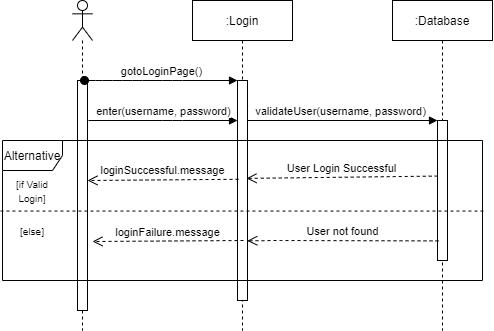
Before: Diagrams/Sequence Diagrams/SEQ_01_Login.png, a diagram exported from draw.io (kkasharaj17/SE-project). Source tidied: cells renumbered, new cells last; positions are measured from the earlier drawing's top-left corner, leaving out a move shared by most shapes. Source of this version:
```xml
<mxGraphModel>
  <root>
    <mxCell id="0" />
    <mxCell id="1" parent="0" />
    <mxCell id="2" value="validateUser(username, password)" style="html=1;verticalAlign=bottom;endArrow=block;entryX=0;entryY=0;" parent="1" edge="1" target="10">
      <mxGeometry relative="1" as="geometry">
        <mxPoint x="240" y="120" as="sourcePoint" />
      </mxGeometry>
    </mxCell>
    <mxCell id="3" style="shape=umlLifeline;participant=umlActor;perimeter=lifelinePerimeter;whiteSpace=wrap;html=1;verticalAlign=top;spacingTop=36;labelBackgroundColor=#ffffff;" parent="1" vertex="1">
      <mxGeometry x="70" width="20" height="330" as="geometry" />
    </mxCell>
    <mxCell id="4" style="html=1;perimeter=orthogonalPerimeter;" parent="3" vertex="1">
      <mxGeometry x="5" y="80" width="10" height="230" as="geometry" />
    </mxCell>
    <mxCell id="5" value=":Login" style="shape=umlLifeline;perimeter=lifelinePerimeter;whiteSpace=wrap;html=1;" parent="1" vertex="1">
      <mxGeometry x="190" width="100" height="330" as="geometry" />
    </mxCell>
    <mxCell id="6" style="html=1;points=[];perimeter=orthogonalPerimeter;fillColor=#FFFFFF;" parent="5" vertex="1">
      <mxGeometry x="45" y="80" width="10" height="220" as="geometry" />
    </mxCell>
    <mxCell id="7" value="gotoLoginPage()" style="html=1;verticalAlign=bottom;startArrow=oval;endArrow=block;startSize=8;startFill=1;" parent="1" edge="1" target="6">
      <mxGeometry relative="1" as="geometry">
        <mxPoint x="82" y="80" as="sourcePoint" />
        <Array as="points">
          <mxPoint x="100" y="80" />
          <mxPoint x="130" y="80" />
          <mxPoint x="170" y="80" />
        </Array>
      </mxGeometry>
    </mxCell>
    <mxCell id="8" value="enter(username, password)" style="html=1;verticalAlign=bottom;endArrow=block;" parent="1" edge="1" target="6">
      <mxGeometry relative="1" as="geometry">
        <mxPoint x="86" y="120" as="sourcePoint" />
        <Array as="points">
          <mxPoint x="170" y="120" />
        </Array>
      </mxGeometry>
    </mxCell>
    <mxCell id="9" value=":Database" style="shape=umlLifeline;perimeter=lifelinePerimeter;whiteSpace=wrap;html=1;" parent="1" vertex="1">
      <mxGeometry x="390" width="100" height="330" as="geometry" />
    </mxCell>
    <mxCell id="10" style="html=1;points=[];perimeter=orthogonalPerimeter;" parent="9" vertex="1">
      <mxGeometry x="45" y="120" width="10" height="140" as="geometry" />
    </mxCell>
    <mxCell id="11" value="User Login Successful" style="html=1;verticalAlign=bottom;endArrow=open;dashed=1;endSize=8;exitX=0.02;exitY=0.397;exitDx=0;exitDy=0;exitPerimeter=0;entryX=0.9;entryY=0.445;entryDx=0;entryDy=0;entryPerimeter=0;" parent="1" edge="1" source="10" target="6">
      <mxGeometry relative="1" as="geometry" />
    </mxCell>
    <mxCell id="12" value="loginSuccessful.message" style="html=1;verticalAlign=bottom;endArrow=open;dashed=1;endSize=8;exitX=0.1;exitY=0.449;exitDx=0;exitDy=0;exitPerimeter=0;" parent="1" edge="1" source="6">
      <mxGeometry relative="1" as="geometry">
        <mxPoint x="85" y="180" as="targetPoint" />
      </mxGeometry>
    </mxCell>
    <mxCell id="13" style="html=1;verticalAlign=bottom;endArrow=none;dashed=1;endSize=8;exitX=1.002;exitY=0.504;exitDx=0;exitDy=0;exitPerimeter=0;endFill=0;entryX=-0.005;entryY=0.504;entryDx=0;entryDy=0;entryPerimeter=0;" parent="1" edge="1" source="18" target="18">
      <mxGeometry relative="1" as="geometry" />
    </mxCell>
    <mxCell id="14" value="&lt;font style=&quot;font-size: 10px&quot;&gt;[if Valid Login]&lt;/font&gt;" style="text;html=1;strokeColor=none;fillColor=none;align=center;verticalAlign=middle;whiteSpace=wrap;rounded=0;" parent="1" vertex="1">
      <mxGeometry x="10" y="180" width="40" height="20" as="geometry" />
    </mxCell>
    <mxCell id="15" value="&lt;font style=&quot;font-size: 10px&quot;&gt;[else]&lt;/font&gt;" style="text;html=1;strokeColor=none;fillColor=none;align=center;verticalAlign=middle;whiteSpace=wrap;rounded=0;" parent="1" vertex="1">
      <mxGeometry x="10" y="220" width="40" height="20" as="geometry" />
    </mxCell>
    <mxCell id="16" value="User not found" style="html=1;verticalAlign=bottom;endArrow=open;dashed=1;endSize=8;exitX=0.1;exitY=0.86;exitDx=0;exitDy=0;exitPerimeter=0;entryX=0.98;entryY=0.729;entryDx=0;entryDy=0;entryPerimeter=0;" parent="1" edge="1" source="10" target="6">
      <mxGeometry relative="1" as="geometry">
        <Array as="points">
          <mxPoint x="270" y="240" />
        </Array>
      </mxGeometry>
    </mxCell>
    <mxCell id="17" value="loginFailure.message" style="html=1;verticalAlign=bottom;endArrow=open;dashed=1;endSize=8;exitX=0.1;exitY=0.449;exitDx=0;exitDy=0;exitPerimeter=0;" parent="1" edge="1">
      <mxGeometry relative="1" as="geometry">
        <mxPoint x="241" y="240" as="sourcePoint" />
        <mxPoint x="90" y="241" as="targetPoint" />
      </mxGeometry>
    </mxCell>
    <mxCell id="18" value="Alternative" style="shape=umlFrame;whiteSpace=wrap;html=1;fillColor=#FFFFFF;" parent="1" vertex="1">
      <mxGeometry y="140" width="480" height="140" as="geometry" />
    </mxCell>
  </root>
</mxGraphModel>
```
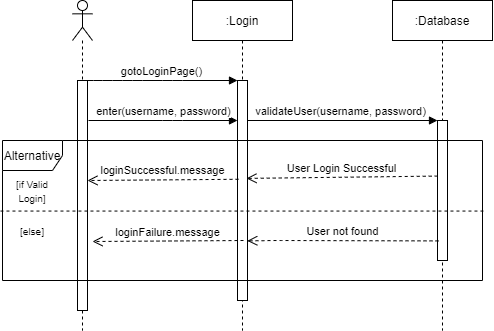
After the commit.

Diff of the diagram source:
```diff
@@ -19,7 +19,7 @@
     <mxCell id="6" style="html=1;points=[];perimeter=orthogonalPerimeter;fillColor=#FFFFFF;" parent="5" vertex="1">
       <mxGeometry x="45" y="80" width="10" height="220" as="geometry" />
     </mxCell>
-    <mxCell id="7" value="gotoLoginPage()" style="html=1;verticalAlign=bottom;startArrow=oval;endArrow=block;startSize=8;startFill=1;" parent="1" edge="1" target="6">
+    <mxCell id="7" value="gotoLoginPage()" style="html=1;verticalAlign=bottom;startArrow=none;endArrow=block;startSize=8;startFill=0;" parent="1" edge="1" target="6">
       <mxGeometry relative="1" as="geometry">
         <mxPoint x="82" y="80" as="sourcePoint" />
         <Array as="points">
```
